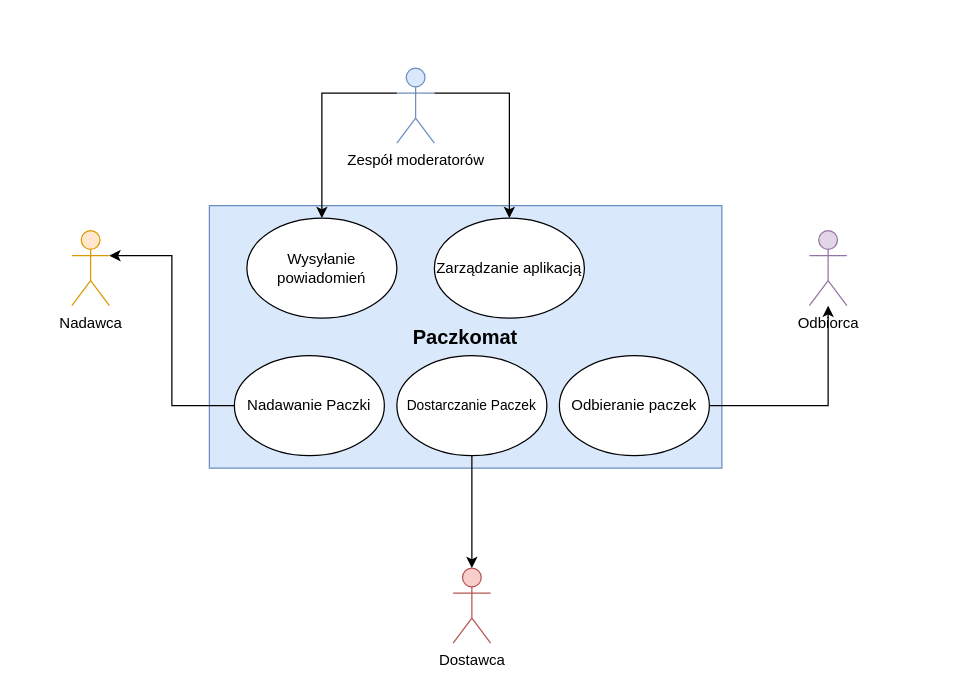
Above: diagram.drawio in mardyr/UML-and-diagrams (draw.io), before the change. Source tidied: cells renumbered, new cells numbered last; positions are measured from the earlier drawing's top-left corner, leaving out a move shared by most shapes. Both pictures are drawn from the tidied source at 125%, with x=0, y=0 at pixel (71, 68).
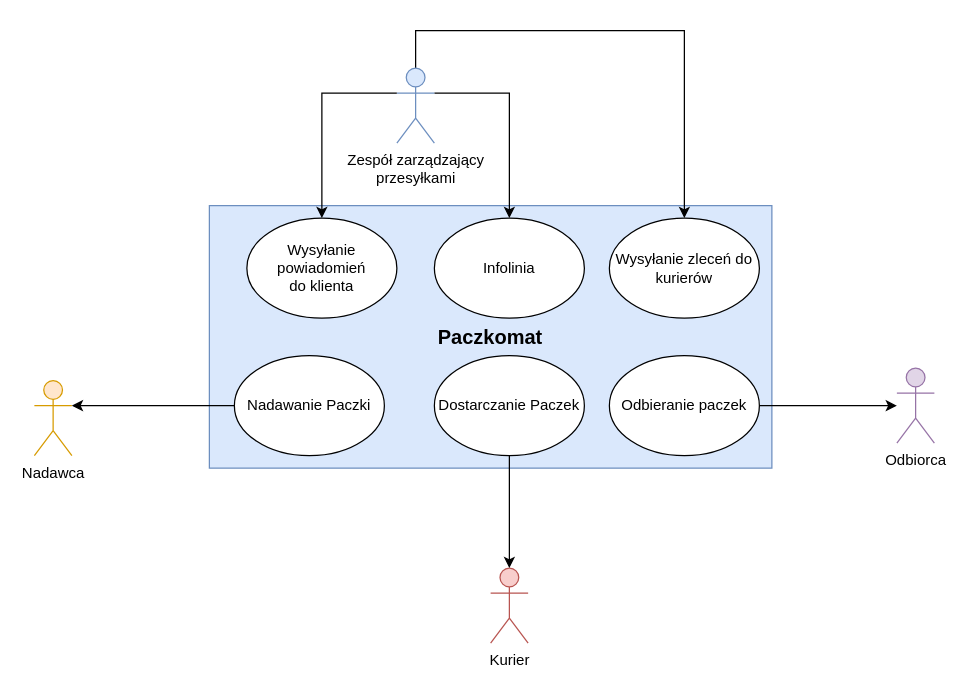
Above is the later version.

What changed in the source:
```diff
@@
     <mxCell id="2" value="Odbiorca" style="shape=umlActor;verticalLabelPosition=bottom;verticalAlign=top;html=1;outlineConnect=0;fillColor=#e1d5e7;strokeColor=#9673a6;" parent="1" vertex="1">
-      <mxGeometry x="590" y="130" width="30" height="60" as="geometry" />
+      <mxGeometry x="660" y="240" width="30" height="60" as="geometry" />
     </mxCell>
     <mxCell id="3" value="&lt;b&gt;&lt;font style=&quot;font-size: 16px&quot;&gt;Paczkomat&lt;/font&gt;&lt;/b&gt;" style="rounded=0;whiteSpace=wrap;html=1;strokeWidth=1;fontSize=11;labelPosition=center;verticalLabelPosition=middle;align=center;verticalAlign=middle;fillColor=#dae8fc;strokeColor=#6c8ebf;" parent="1" vertex="1">
-      <mxGeometry x="110" y="110" width="410" height="210" as="geometry" />
+      <mxGeometry x="110" y="110" width="450" height="210" as="geometry" />
     </mxCell>
     <mxCell id="4" value="Nadawca" style="shape=umlActor;verticalLabelPosition=bottom;verticalAlign=top;html=1;outlineConnect=0;fillColor=#ffe6cc;strokeColor=#d79b00;" parent="1" vertex="1">
-      <mxGeometry y="130" width="30" height="60" as="geometry" />
+      <mxGeometry x="-30" y="250" width="30" height="60" as="geometry" />
     </mxCell>
-    <mxCell id="5" value="Dostawca" style="shape=umlActor;verticalLabelPosition=bottom;verticalAlign=top;html=1;outlineConnect=0;fillColor=#f8cecc;strokeColor=#b85450;" parent="1" vertex="1">
-      <mxGeometry x="305" y="400" width="30" height="60" as="geometry" />
+    <mxCell id="5" value="Kurier" style="shape=umlActor;verticalLabelPosition=bottom;verticalAlign=top;html=1;outlineConnect=0;fillColor=#f8cecc;strokeColor=#b85450;" parent="1" vertex="1">
+      <mxGeometry x="335" y="400" width="30" height="60" as="geometry" />
     </mxCell>
@@
-    <mxCell id="9" value="Dostarczanie Paczek" style="ellipse;whiteSpace=wrap;html=1;strokeWidth=1;fontSize=11;" parent="1" vertex="1">
-      <mxGeometry x="260" y="230" width="120" height="80" as="geometry" />
+    <mxCell id="9" value="Dostarczanie Paczek" style="ellipse;whiteSpace=wrap;html=1;strokeWidth=1;fontSize=12;" parent="1" vertex="1">
+      <mxGeometry x="290" y="230" width="120" height="80" as="geometry" />
     </mxCell>
@@
     <mxCell id="11" value="Odbieranie paczek" style="ellipse;whiteSpace=wrap;html=1;strokeWidth=1;fontSize=12;" parent="1" vertex="1">
-      <mxGeometry x="390" y="230" width="120" height="80" as="geometry" />
+      <mxGeometry x="430" y="230" width="120" height="80" as="geometry" />
     </mxCell>
-    <mxCell id="12" value="Wysyłanie powiadomień " style="ellipse;whiteSpace=wrap;html=1;strokeWidth=1;fontSize=12;" parent="1" vertex="1">
+    <mxCell id="12" value="&lt;div&gt;Wysyłanie powiadomień&lt;/div&gt;&lt;div&gt;do klienta&lt;br&gt;&lt;/div&gt;" style="ellipse;whiteSpace=wrap;html=1;strokeWidth=1;fontSize=12;" parent="1" vertex="1">
       <mxGeometry x="140" y="120" width="120" height="80" as="geometry" />
     </mxCell>
-    <mxCell id="13" value="Zarządzanie aplikacją" style="ellipse;whiteSpace=wrap;html=1;strokeWidth=1;fontSize=12;" parent="1" vertex="1">
+    <mxCell id="13" value="Infolinia" style="ellipse;whiteSpace=wrap;html=1;strokeWidth=1;fontSize=12;" parent="1" vertex="1">
       <mxGeometry x="290" y="120" width="120" height="80" as="geometry" />
     </mxCell>
@@
+    <mxCell id="17" style="edgeStyle=orthogonalEdgeStyle;rounded=0;jettySize=auto;html=1;fontSize=12;" parent="1" edge="1" source="16" target="18">
+      <mxGeometry relative="1" as="geometry">
+        <Array as="points">
+          <mxPoint x="275" y="-30" />
+          <mxPoint x="490" y="-30" />
+        </Array>
+      </mxGeometry>
+    </mxCell>
-    <mxCell id="16" value="Zespół moderatorów" style="shape=umlActor;verticalLabelPosition=bottom;verticalAlign=top;html=1;outlineConnect=0;strokeWidth=1;fontSize=12;fillColor=#dae8fc;strokeColor=#6c8ebf;" parent="1" vertex="1">
+    <mxCell id="16" value="&lt;div&gt;Zespół zarządzający &lt;br&gt;&lt;/div&gt;&lt;div&gt;przesyłkami&lt;br&gt;&lt;/div&gt;" style="shape=umlActor;verticalLabelPosition=bottom;verticalAlign=top;html=1;outlineConnect=0;strokeWidth=1;fontSize=12;fillColor=#dae8fc;strokeColor=#6c8ebf;" parent="1" vertex="1">
       <mxGeometry x="260" width="30" height="60" as="geometry" />
     </mxCell>
+    <mxCell id="18" value="Wysyłanie zleceń do kurierów" style="ellipse;whiteSpace=wrap;html=1;strokeWidth=1;fontSize=12;" parent="1" vertex="1">
+      <mxGeometry x="430" y="120" width="120" height="80" as="geometry" />
+    </mxCell>
```
